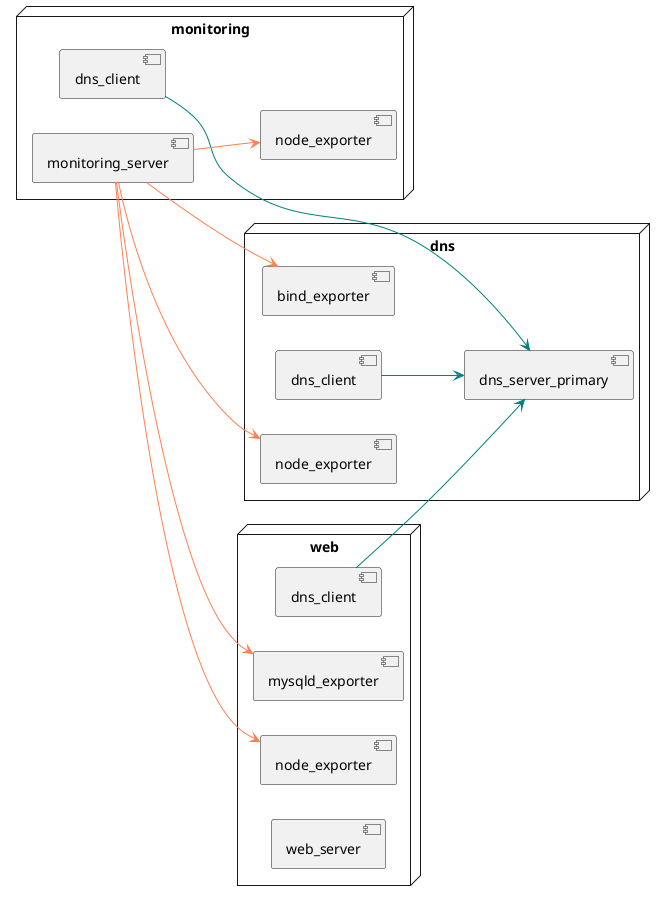
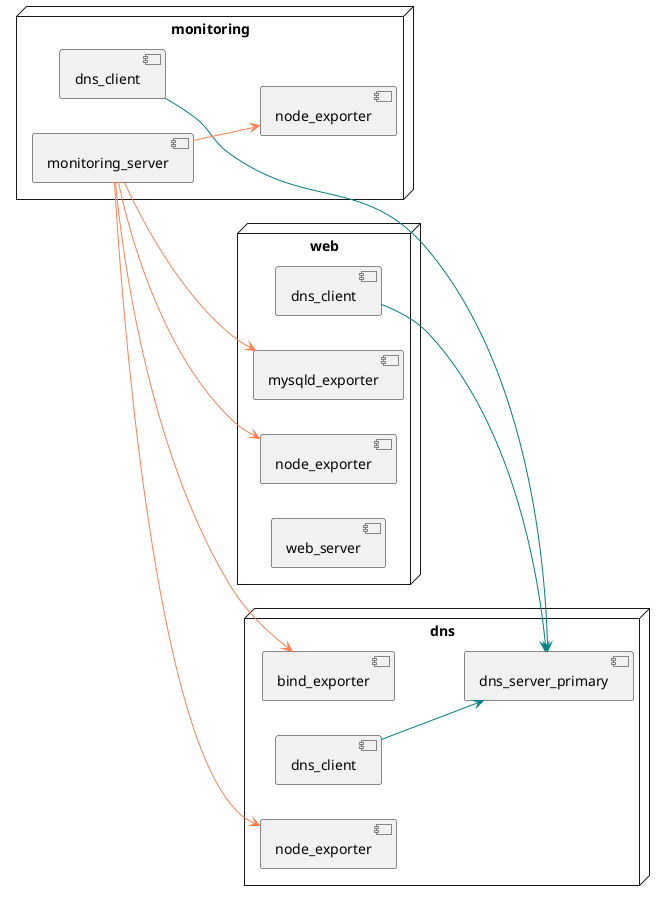
@startuml test_env
/'
Diagram name definition

Format: @startuml <diagram_name>

Note: if no diagram name is specified, the filename is used as a fallback for
naming the output directory. This name should match the network diagram's.
'/

/'
Required line; qualifies component names with their parent host identifier
(e.g. dns.node_exporter vs web.node_exporter), preventing name collisions
for roles that appear on multiple hosts.
'/
set separator .

' Purely visual, won't have any effect on the parser
left to right direction

/'
Host definition

Notes:
- By default <description> will be used as the resulting hostname;
<host_identifier> is the fallback if <description> is unused.
- Underscores in the hostname will be converted to hyphens, due to Unix conventions.

Format:
node <host_identifier> as <description>
'/
- node dns as "dns" {
- 
+ node web as "web" {
    /'
    Role definition

    Format:
    component <role_identifier> as <role_name>
    '/
+     component dns_client
+     component mysqld_exporter
+     component node_exporter
+     component web_server
+ }
+ 
+ node dns as "dns" {
    component bind_exporter
    component dns_client
    component dns_server_primary
    component node_exporter
}

node monitoring as "monitoring" {
    component dns_client
    component monitoring_server
    component node_exporter
- }
- 
- node web as "web" {
-     component dns_client
-     component mysqld_exporter
-     component node_exporter
-     component web_server
}

/'
Role-to-role connections

Note: Arrows must always point from left to right, but can be styled according to
      https://crashedmind.github.io/PlantUMLHitchhikersGuide/layout/layout.html

Format:
<host_identifier>.<role_identifier> --> <host_identifier>.<role_identifier>
'/
dns.dns_client -[#teal]-> dns.dns_server_primary

monitoring.dns_client -[#teal]-> dns.dns_server_primary
monitoring.monitoring_server -[#coral]-> dns.bind_exporter
monitoring.monitoring_server -[#coral]-> dns.node_exporter
monitoring.monitoring_server -[#coral]-> monitoring.node_exporter
monitoring.monitoring_server -[#coral]-> web.mysqld_exporter
monitoring.monitoring_server -[#coral]-> web.node_exporter

web.dns_client -[#teal]-> dns.dns_server_primary

@enduml